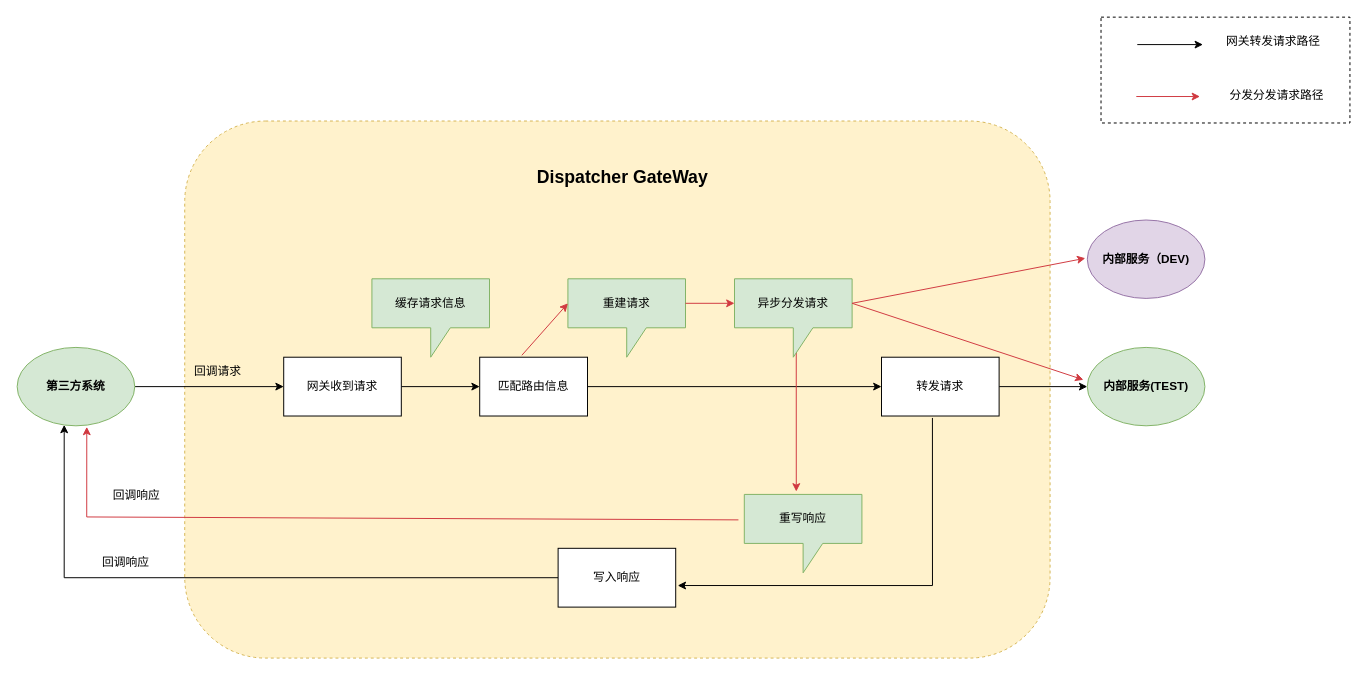
Earlier version of the draw.io diagram SketchMap/分发网关实现原理.drawio (liuyunlong1229/aaa). Source tidied: cells renumbered, new cells numbered last; positions are measured from the earlier drawing's top-left corner, leaving out a move shared by most shapes. Both pictures are drawn from the tidied source at 98%, with x=0, y=0 at pixel (17, 17).
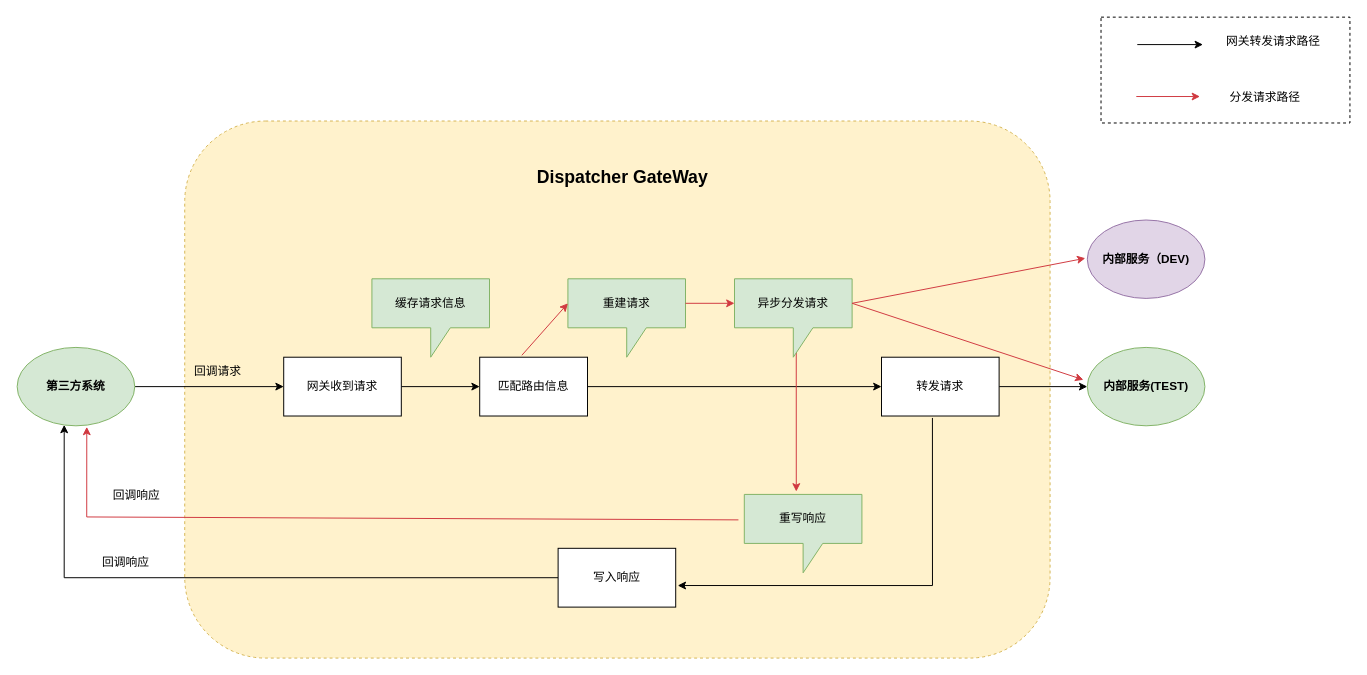
Above is the later version.

Commit message (it also covers changes not shown here):
更新分发网关实现原理.drawio

The edit, as a diff of the source:
```diff
@@
-    <mxCell id="29" value="分发分发请求路径" style="text;html=1;align=center;verticalAlign=middle;whiteSpace=wrap;rounded=0;" parent="1" vertex="1">
-      <mxGeometry x="1226" y="65" width="119" height="30" as="geometry" />
+    <mxCell id="29" value="分发请求路径" style="text;html=1;align=center;verticalAlign=middle;whiteSpace=wrap;rounded=0;" parent="1" vertex="1">
+      <mxGeometry x="1214" y="67" width="119" height="30" as="geometry" />
     </mxCell>
```
